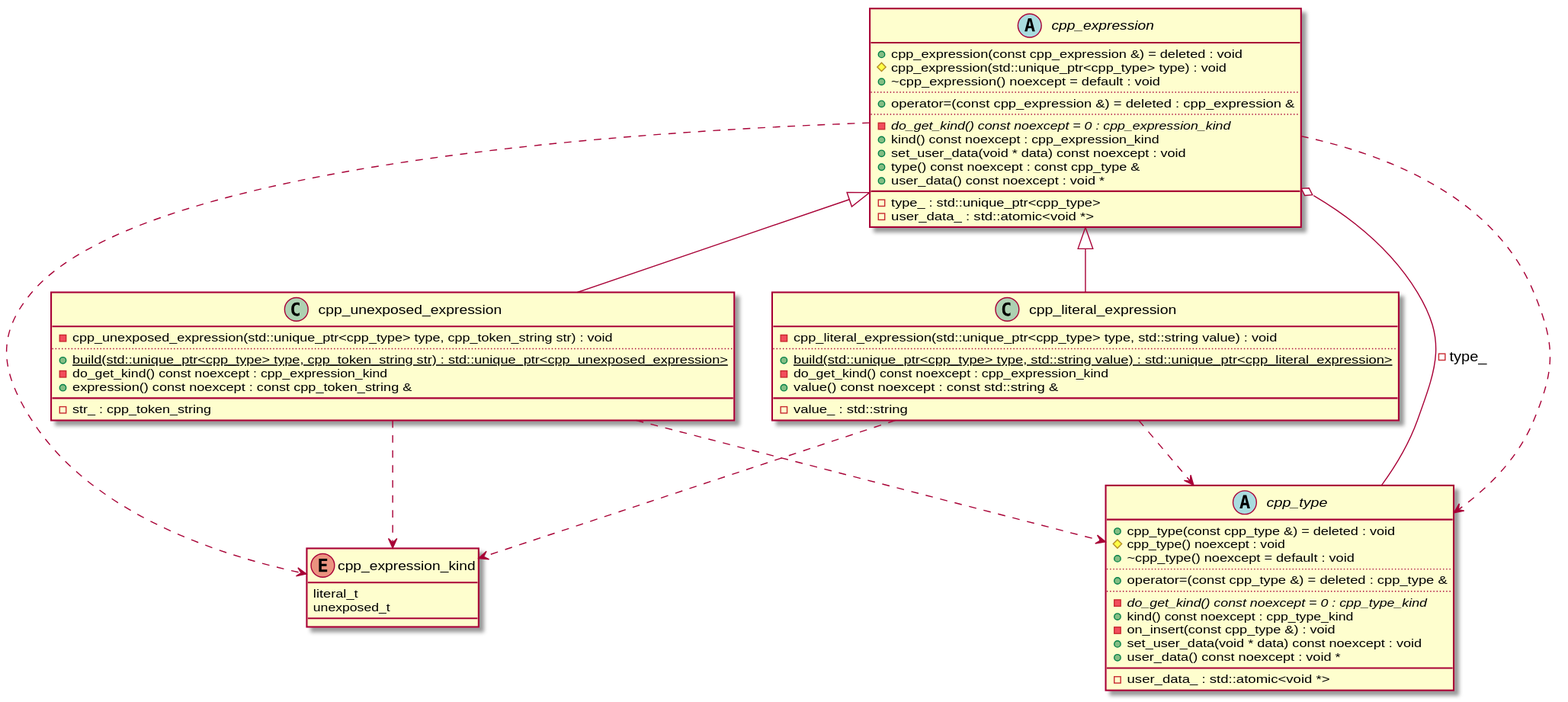
Earlier version of the PlantUML export cppast/puml/cpp_expression_class_diagram.svg (bkryza/clang-uml-examples).
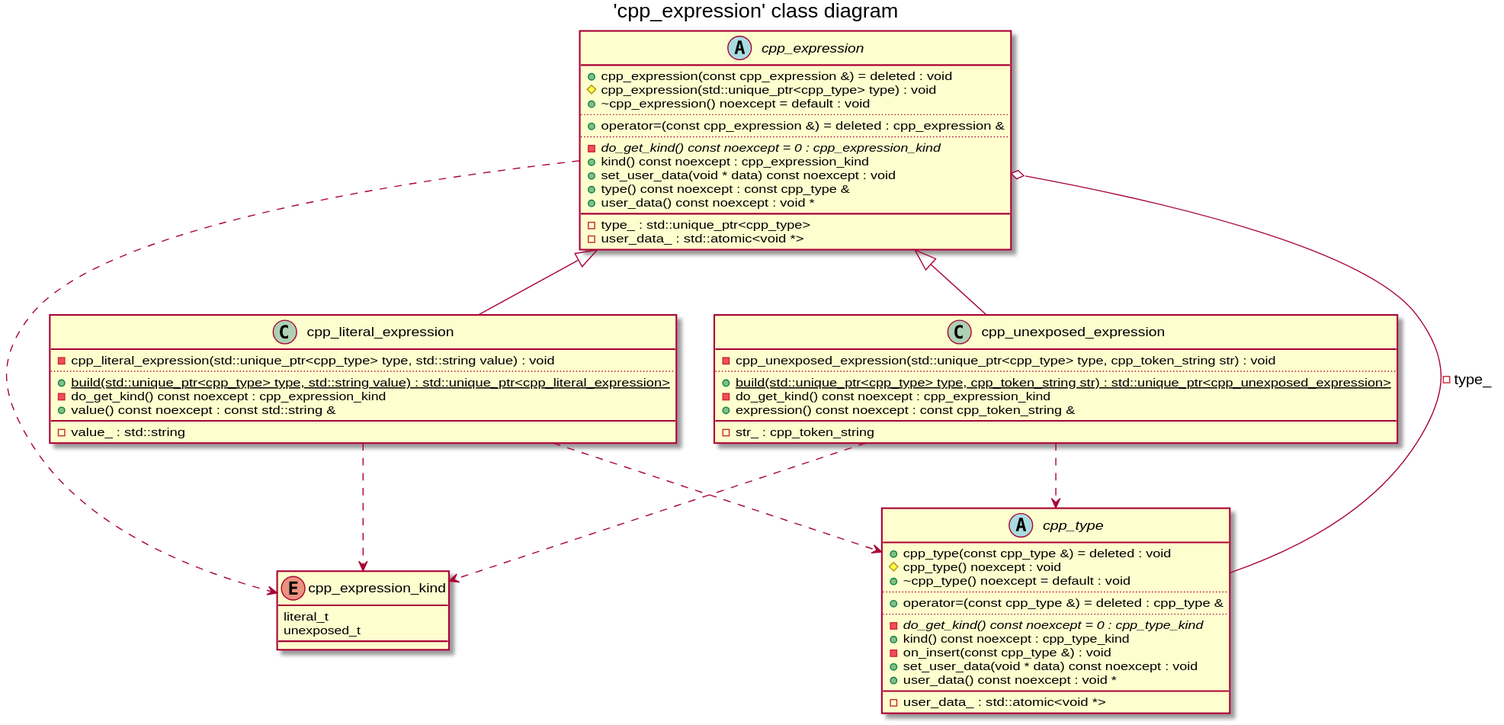
After the commit.

The edit, as a diff of the source:
```diff
@@ -1,4 +1,5 @@
 @startuml
+title 'cpp_expression' class diagram
 enum "cpp_expression_kind" as C_0000674801488983168216
 enum C_0000674801488983168216 [[https://github.com/foonathan/cppast/blob/f00df6675d87c6983033d270728c57a55cd3db22/include/cppast/cppast_fwd.hpp#L93{cpp_expression_kind}]] {
 literal_t
@@ -58,7 +59,6 @@
 -value_ : std::string [[[https://github.com/foonathan/cppast/blob/f00df6675d87c6983033d270728c57a55cd3db22/include/cppast/cpp_expression.hpp#L139{value_}]]]
 }
 C_0002228471918600734475 ..> C_0000674801488983168216
-C_0002228471918600734475 ..> C_0001585653041236922459
 C_0002228471918600734475 o-- C_0001585653041236922459 : -type_
 C_0000978206085606851269 ..> C_0001585653041236922459
 C_0000978206085606851269 ..> C_0000674801488983168216
```
